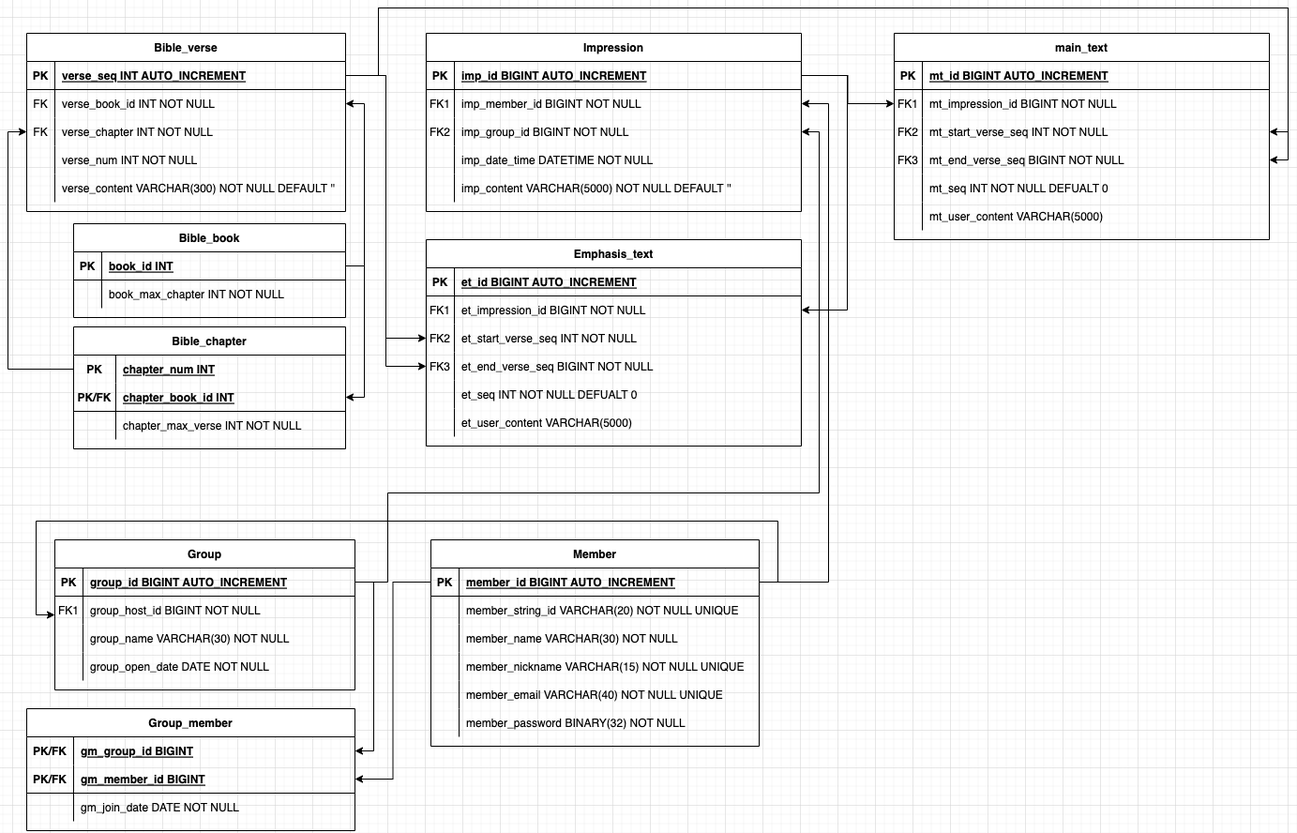
Kloong1/Nanum keeps this draw.io diagram as 기획/db_structure.png. Above is the earlier version. Source tidied: cells renumbered, new cells last; positions are measured from the earlier drawing's top-left corner, leaving out a move shared by most shapes.
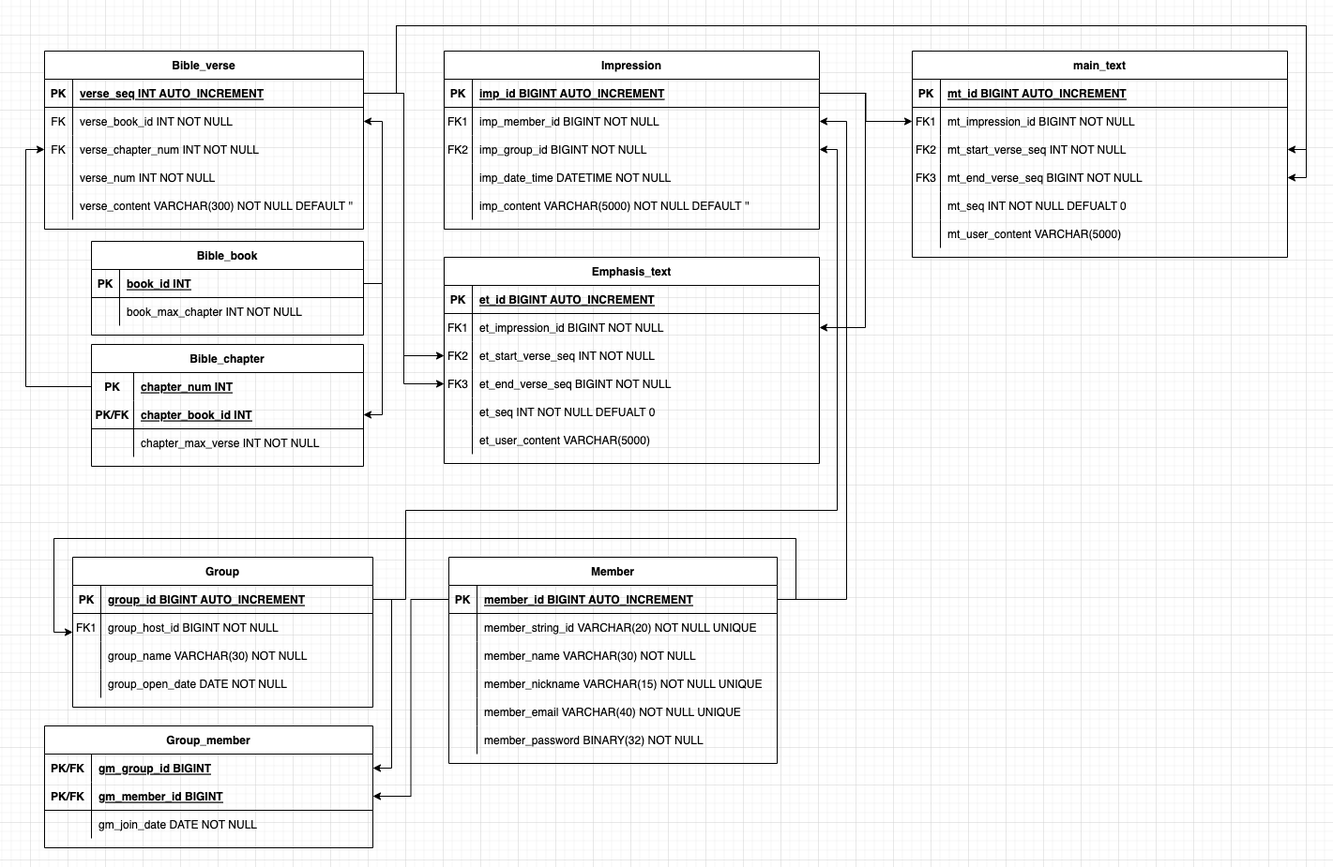
Later version of the same file.

Commit message:
bible_verse table의 verse_chapter 컬럼을 verse_chapter_num 으로 바꿈

The edit, as a diff of the source:
```diff
@@ -29,7 +29,7 @@
     <mxCell id="10" value="FK" style="shape=partialRectangle;overflow=hidden;fillColor=none;top=0;left=0;bottom=0;right=0;" parent="9" vertex="1">
       <mxGeometry width="30" height="30" as="geometry" />
     </mxCell>
-    <mxCell id="11" value="verse_chapter INT NOT NULL" style="shape=partialRectangle;overflow=hidden;fillColor=none;top=0;left=0;bottom=0;right=0;align=left;spacingLeft=6;" parent="9" vertex="1">
+    <mxCell id="11" value="verse_chapter_num INT NOT NULL" style="shape=partialRectangle;overflow=hidden;fillColor=none;top=0;left=0;bottom=0;right=0;align=left;spacingLeft=6;" parent="9" vertex="1">
       <mxGeometry x="30" width="310" height="30" as="geometry" />
     </mxCell>
     <mxCell id="12" style="shape=partialRectangle;fillColor=none;top=0;left=0;right=0;bottom=0;" parent="2" vertex="1">
```
